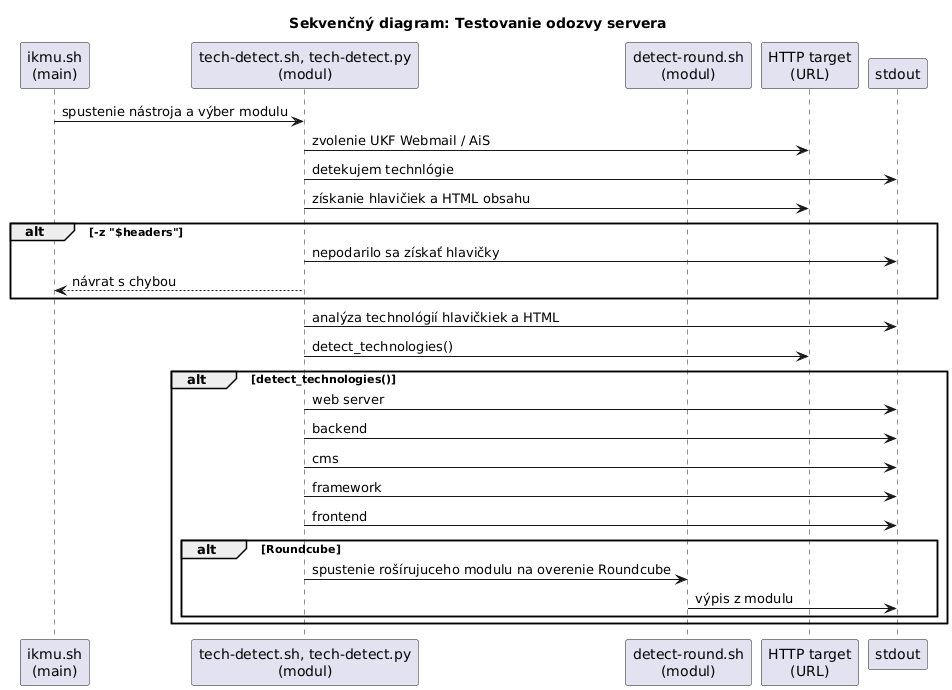
The PlantUML diagram diagrams/sequence_diagram_tech_detect.png in majohlavacka/Diplomova-praca, before a commit. The source it was exported from:
```plantuml
@startuml
title Sekvenčný diagram: Testovanie odozvy servera

participant "ikmu.sh\n(main)" as IKMU
participant "tech-detect.sh, tech-detect.py\n(modul)" as Modul
participant "detect-round.sh\n(modul)" as Modul_2
participant "HTTP target\n(URL)" as Target
participant "stdout" as Console


IKMU -> Modul : spustenie nástroja a výber modulu
Modul -> Target : zvolenie UKF Webmail / AiS
Modul -> Console : detekujem technlógie
Modul -> Target : získanie hlavičiek a HTML obsahu

alt -z "$headers"
  Modul -> Console : nepodarilo sa získať hlavičky
  Modul --> IKMU : návrat s chybou
end
Modul -> Console : analýza technológií hlavičkiek a HTML
Modul -> Target : detect_technologies()

alt detect_technologies()
  Modul -> Console : web server
  Modul -> Console : backend
  Modul -> Console : cms
  Modul -> Console : framework
  Modul -> Console : frontend

  alt Roundcube
    Modul -> Modul_2 : spustenie rošírujuceho modulu na overenie Roundcube
    Modul_2 -> Console : výpis z modulu
  end
end
@enduml
```
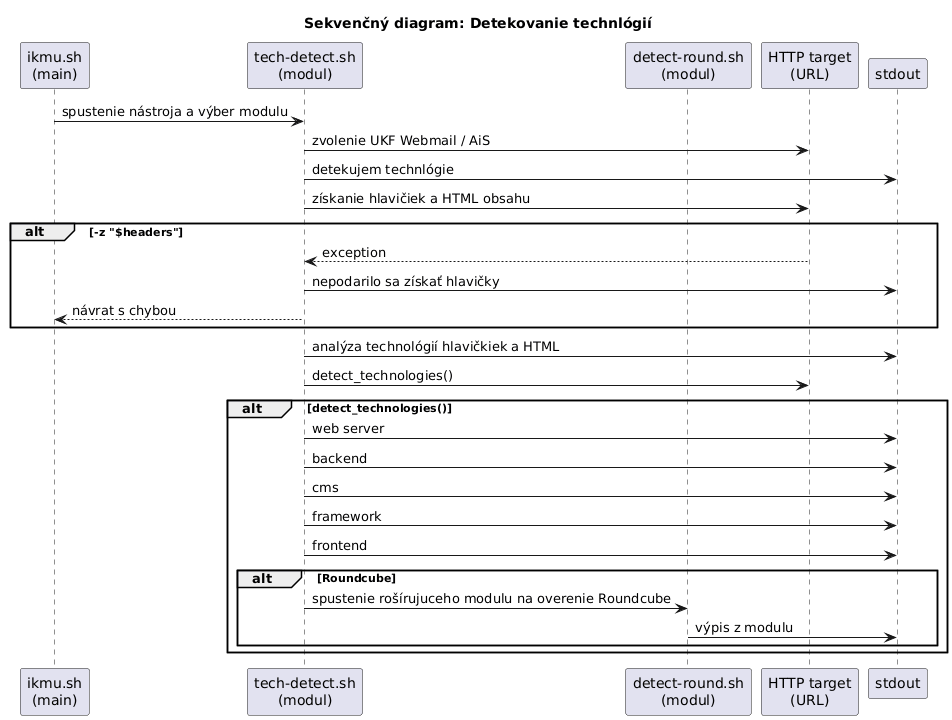
Later version of the same file.

What changed in the source:
```diff
@@ -1,8 +1,8 @@
 @startuml
-title Sekvenčný diagram: Testovanie odozvy servera
+title Sekvenčný diagram: Detekovanie technlógií
 
 participant "ikmu.sh\n(main)" as IKMU
-participant "tech-detect.sh, tech-detect.py\n(modul)" as Modul
+participant "tech-detect.sh\n(modul)" as Modul
 participant "detect-round.sh\n(modul)" as Modul_2
 participant "HTTP target\n(URL)" as Target
 participant "stdout" as Console
@@ -14,6 +14,7 @@
 Modul -> Target : získanie hlavičiek a HTML obsahu
 
 alt -z "$headers"
+  Target --> Modul : exception
   Modul -> Console : nepodarilo sa získať hlavičky
   Modul --> IKMU : návrat s chybou
 end
```
